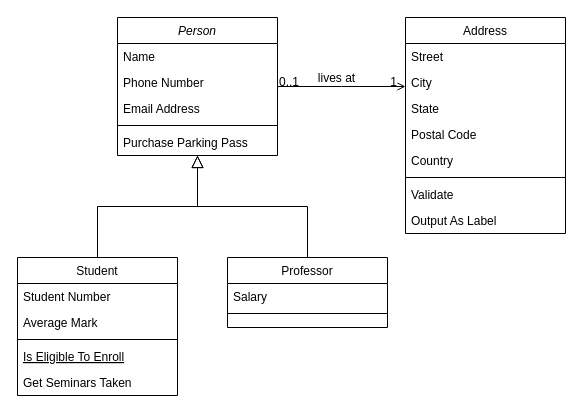
Above: Unavngivet diagram.drawio in ErikMogensenDK/hello_world (draw.io), before the change. Source tidied: cells renumbered, new cells numbered last; positions are measured from the earlier drawing's top-left corner, leaving out a move shared by most shapes. Both pictures are drawn from the tidied source at 100%, with x=0, y=0 at pixel (17, 17).
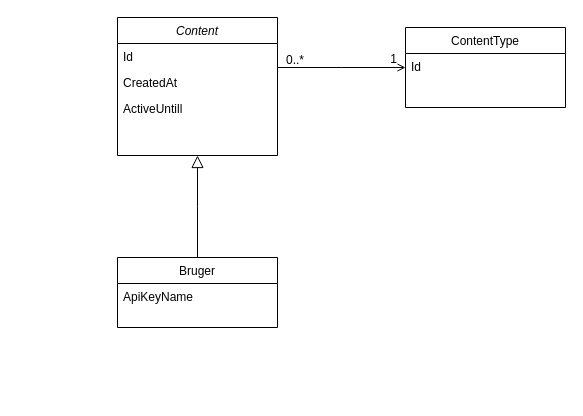
Above is the later version.

The change refers to these unchanged cells:
```xml
<mxCell id="28" style="endArrow=open;shadow=0;strokeWidth=1;rounded=0;endFill=1;edgeStyle=elbowEdgeStyle;elbow=vertical;" parent="1" edge="1" source="2" target="19">
  <mxGeometry x="0.5" y="41" relative="1" as="geometry">
    <mxPoint x="-40" y="32" as="offset" />
  </mxGeometry>
</mxCell>
```

Diff of the diagram source:
```diff
@@
-    <mxCell id="2" value="Person" style="swimlane;fontStyle=2;align=center;verticalAlign=top;horizontal=1;startSize=26;rounded=0;shadow=0;strokeWidth=1;" parent="1" vertex="1">
+    <mxCell id="2" value="Content" style="swimlane;fontStyle=2;align=center;verticalAlign=top;horizontal=1;startSize=26;rounded=0;shadow=0;strokeWidth=1;" parent="1" vertex="1">
       <mxGeometry x="100" width="160" height="138" as="geometry" />
     </mxCell>
-    <mxCell id="3" value="Name" style="text;align=left;verticalAlign=top;spacingLeft=4;spacingRight=4;overflow=hidden;" parent="2" vertex="1">
+    <mxCell id="3" value="Id&#10;" style="text;align=left;verticalAlign=top;spacingLeft=4;spacingRight=4;overflow=hidden;" parent="2" vertex="1">
       <mxGeometry y="26" width="160" height="26" as="geometry" />
     </mxCell>
-    <mxCell id="4" value="Phone Number" style="text;align=left;verticalAlign=top;spacingLeft=4;spacingRight=4;overflow=hidden;rounded=0;shadow=0;html=0;" parent="2" vertex="1">
-      <mxGeometry y="52" width="160" height="26" as="geometry" />
-    </mxCell>
-    <mxCell id="5" value="Email Address" style="text;align=left;verticalAlign=top;spacingLeft=4;spacingRight=4;overflow=hidden;rounded=0;shadow=0;html=0;" parent="2" vertex="1">
-      <mxGeometry y="78" width="160" height="26" as="geometry" />
-    </mxCell>
-    <mxCell id="6" style="line;html=1;strokeWidth=1;align=left;verticalAlign=middle;spacingTop=-1;spacingLeft=3;spacingRight=3;labelPosition=right;" parent="2" vertex="1">
-      <mxGeometry y="104" width="160" height="8" as="geometry" />
-    </mxCell>
-    <mxCell id="7" value="Purchase Parking Pass" style="text;align=left;verticalAlign=top;spacingLeft=4;spacingRight=4;overflow=hidden;" parent="2" vertex="1">
-      <mxGeometry y="112" width="160" height="26" as="geometry" />
-    </mxCell>
-    <mxCell id="8" value="Student" style="swimlane;fontStyle=0;align=center;verticalAlign=top;horizontal=1;startSize=26;rounded=0;shadow=0;strokeWidth=1;" parent="1" vertex="1">
-      <mxGeometry y="240" width="160" height="138" as="geometry" />
-    </mxCell>
-    <mxCell id="9" value="Student Number" style="text;align=left;verticalAlign=top;spacingLeft=4;spacingRight=4;overflow=hidden;" parent="8" vertex="1">
-      <mxGeometry y="26" width="160" height="26" as="geometry" />
-    </mxCell>
-    <mxCell id="10" value="Average Mark" style="text;align=left;verticalAlign=top;spacingLeft=4;spacingRight=4;overflow=hidden;rounded=0;shadow=0;html=0;" parent="8" vertex="1">
-      <mxGeometry y="52" width="160" height="26" as="geometry" />
-    </mxCell>
-    <mxCell id="11" style="line;html=1;strokeWidth=1;align=left;verticalAlign=middle;spacingTop=-1;spacingLeft=3;spacingRight=3;labelPosition=right;" parent="8" vertex="1">
-      <mxGeometry y="78" width="160" height="8" as="geometry" />
-    </mxCell>
-    <mxCell id="12" value="Is Eligible To Enroll" style="text;align=left;verticalAlign=top;spacingLeft=4;spacingRight=4;overflow=hidden;fontStyle=4;" parent="8" vertex="1">
-      <mxGeometry y="86" width="160" height="26" as="geometry" />
-    </mxCell>
-    <mxCell id="13" value="Get Seminars Taken" style="text;align=left;verticalAlign=top;spacingLeft=4;spacingRight=4;overflow=hidden;" parent="8" vertex="1">
-      <mxGeometry y="112" width="160" height="26" as="geometry" />
-    </mxCell>
-    <mxCell id="14" style="endArrow=block;endSize=10;endFill=0;shadow=0;strokeWidth=1;rounded=0;edgeStyle=elbowEdgeStyle;elbow=vertical;" parent="1" edge="1" source="8" target="2">
-      <mxGeometry relative="1" as="geometry" />
-    </mxCell>
+    <mxCell id="32" value="CreatedAt " style="text;align=left;verticalAlign=top;spacingLeft=4;spacingRight=4;overflow=hidden;" parent="2" vertex="1">
+      <mxGeometry y="52" width="160" height="26" as="geometry" />
+    </mxCell>
+    <mxCell id="33" value="ActiveUntill" style="text;align=left;verticalAlign=top;spacingLeft=4;spacingRight=4;overflow=hidden;" parent="2" vertex="1">
+      <mxGeometry y="78" width="160" height="26" as="geometry" />
+    </mxCell>
-    <mxCell id="15" value="Professor" style="swimlane;fontStyle=0;align=center;verticalAlign=top;horizontal=1;startSize=26;rounded=0;shadow=0;strokeWidth=1;" parent="1" vertex="1">
-      <mxGeometry x="210" y="240" width="160" height="70" as="geometry" />
+    <mxCell id="15" value="Bruger" style="swimlane;fontStyle=0;align=center;verticalAlign=top;horizontal=1;startSize=26;rounded=0;shadow=0;strokeWidth=1;" parent="1" vertex="1">
+      <mxGeometry x="100" y="240" width="160" height="70" as="geometry" />
     </mxCell>
-    <mxCell id="16" value="Salary" style="text;align=left;verticalAlign=top;spacingLeft=4;spacingRight=4;overflow=hidden;" parent="15" vertex="1">
+    <mxCell id="16" value="ApiKeyName" style="text;align=left;verticalAlign=top;spacingLeft=4;spacingRight=4;overflow=hidden;" parent="15" vertex="1">
       <mxGeometry y="26" width="160" height="26" as="geometry" />
     </mxCell>
-    <mxCell id="17" style="line;html=1;strokeWidth=1;align=left;verticalAlign=middle;spacingTop=-1;spacingLeft=3;spacingRight=3;labelPosition=right;" parent="15" vertex="1">
-      <mxGeometry y="52" width="160" height="8" as="geometry" />
-    </mxCell>
@@
-    <mxCell id="19" value="Address" style="swimlane;fontStyle=0;align=center;verticalAlign=top;horizontal=1;startSize=26;rounded=0;shadow=0;strokeWidth=1;" parent="1" vertex="1">
-      <mxGeometry x="388" width="160" height="216" as="geometry" />
+    <mxCell id="19" value="ContentType" style="swimlane;fontStyle=0;align=center;verticalAlign=top;horizontal=1;startSize=26;rounded=0;shadow=0;strokeWidth=1;" parent="1" vertex="1">
+      <mxGeometry x="388" y="10" width="160" height="80" as="geometry" />
     </mxCell>
-    <mxCell id="20" value="Street" style="text;align=left;verticalAlign=top;spacingLeft=4;spacingRight=4;overflow=hidden;" parent="19" vertex="1">
+    <mxCell id="20" value="Id" style="text;align=left;verticalAlign=top;spacingLeft=4;spacingRight=4;overflow=hidden;" parent="19" vertex="1">
       <mxGeometry y="26" width="160" height="26" as="geometry" />
     </mxCell>
-    <mxCell id="21" value="City" style="text;align=left;verticalAlign=top;spacingLeft=4;spacingRight=4;overflow=hidden;rounded=0;shadow=0;html=0;" parent="19" vertex="1">
-      <mxGeometry y="52" width="160" height="26" as="geometry" />
-    </mxCell>
-    <mxCell id="22" value="State" style="text;align=left;verticalAlign=top;spacingLeft=4;spacingRight=4;overflow=hidden;rounded=0;shadow=0;html=0;" parent="19" vertex="1">
-      <mxGeometry y="78" width="160" height="26" as="geometry" />
-    </mxCell>
-    <mxCell id="23" value="Postal Code" style="text;align=left;verticalAlign=top;spacingLeft=4;spacingRight=4;overflow=hidden;rounded=0;shadow=0;html=0;" parent="19" vertex="1">
-      <mxGeometry y="104" width="160" height="26" as="geometry" />
-    </mxCell>
-    <mxCell id="24" value="Country" style="text;align=left;verticalAlign=top;spacingLeft=4;spacingRight=4;overflow=hidden;rounded=0;shadow=0;html=0;" parent="19" vertex="1">
-      <mxGeometry y="130" width="160" height="26" as="geometry" />
-    </mxCell>
-    <mxCell id="25" style="line;html=1;strokeWidth=1;align=left;verticalAlign=middle;spacingTop=-1;spacingLeft=3;spacingRight=3;labelPosition=right;" parent="19" vertex="1">
-      <mxGeometry y="156" width="160" height="8" as="geometry" />
-    </mxCell>
-    <mxCell id="26" value="Validate" style="text;align=left;verticalAlign=top;spacingLeft=4;spacingRight=4;overflow=hidden;" parent="19" vertex="1">
-      <mxGeometry y="164" width="160" height="26" as="geometry" />
-    </mxCell>
-    <mxCell id="27" value="Output As Label" style="text;align=left;verticalAlign=top;spacingLeft=4;spacingRight=4;overflow=hidden;" parent="19" vertex="1">
-      <mxGeometry y="190" width="160" height="26" as="geometry" />
-    </mxCell>
@@
-    <mxCell id="29" value="0..1" style="align=left;verticalAlign=bottom;labelBackgroundColor=none;fontSize=12;" parent="28" vertex="1">
-      <mxGeometry x="-1" relative="1" as="geometry">
-        <mxPoint y="4" as="offset" />
-      </mxGeometry>
-    </mxCell>
     <mxCell id="30" value="1" style="align=right;verticalAlign=bottom;labelBackgroundColor=none;fontSize=12;" parent="28" vertex="1">
       <mxGeometry x="1" relative="1" as="geometry">
-        <mxPoint x="-7" y="4" as="offset" />
+        <mxPoint x="-7" as="offset" />
       </mxGeometry>
     </mxCell>
-    <mxCell id="31" value="lives at" style="text;html=1;align=center;verticalAlign=middle;labelBackgroundColor=none;rounded=0;shadow=0;strokeWidth=1;fontSize=12;" parent="28" vertex="1">
-      <mxGeometry x="0.5" y="49" relative="1" as="geometry">
-        <mxPoint x="-38" y="40" as="offset" />
-      </mxGeometry>
-    </mxCell>
+    <mxCell id="34" value="0..*" style="align=right;verticalAlign=bottom;labelBackgroundColor=none;fontSize=12;" parent="1" vertex="1">
+      <mxGeometry x="410" y="69" as="geometry">
+        <mxPoint x="-122" y="-18" as="offset" />
+      </mxGeometry>
+    </mxCell>
```
